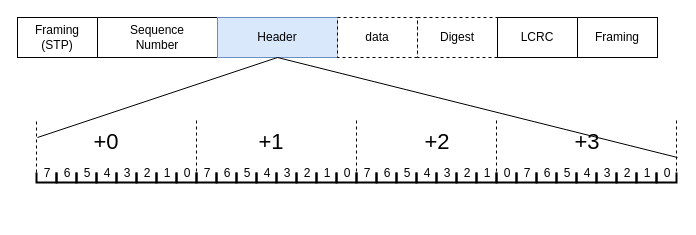
This is PCIE.drawio from Cain252199/MyNoteBook, a draw.io file, before an edit. Source tidied: cells renumbered, new cells numbered last; positions are measured from the earlier drawing's top-left corner, leaving out a move shared by most shapes. Both pictures are drawn from the tidied source at 100%, with x=0, y=0 at pixel (17, 17).
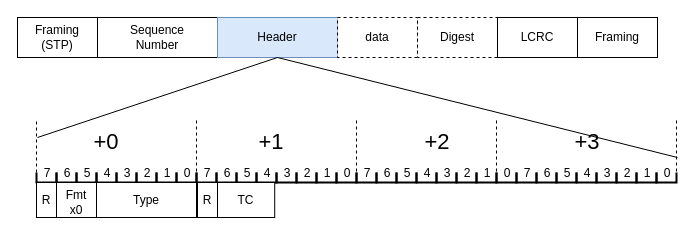
The same diagram, later.

Diff of the diagram source:
```diff
@@
+    <mxCell id="52" value="R" style="rounded=0;whiteSpace=wrap;html=1;spacing=0;" parent="1" vertex="1">
+      <mxGeometry x="19" y="165" width="20" height="35" as="geometry" />
+    </mxCell>
+    <mxCell id="53" value="&lt;div&gt;&lt;br&gt;&lt;/div&gt;&lt;div&gt;Fmt&lt;/div&gt;&lt;div&gt;x0&lt;/div&gt;" style="rounded=0;whiteSpace=wrap;html=1;spacing=0;spacingTop=-10;" parent="1" vertex="1">
+      <mxGeometry x="39" y="165" width="40" height="35" as="geometry" />
+    </mxCell>
+    <mxCell id="54" value="Type" style="rounded=0;whiteSpace=wrap;html=1;spacing=0;spacingTop=0;" parent="1" vertex="1">
+      <mxGeometry x="79" y="165" width="100" height="35" as="geometry" />
+    </mxCell>
+    <mxCell id="55" value="R" style="rounded=0;whiteSpace=wrap;html=1;spacing=0;" parent="1" vertex="1">
+      <mxGeometry x="180" y="165" width="20" height="35" as="geometry" />
+    </mxCell>
+    <mxCell id="56" value="TC" style="rounded=0;whiteSpace=wrap;html=1;spacing=0;" parent="1" vertex="1">
+      <mxGeometry x="200" y="165" width="57.2" height="35" as="geometry" />
+    </mxCell>
```
